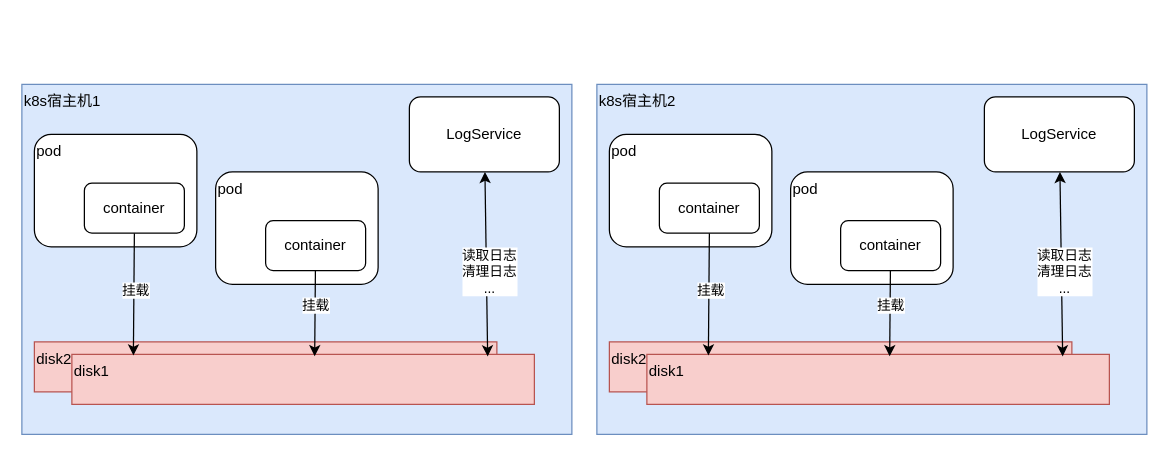
Before: k8s.drawio in blackberrier/drawiorepo, a draw.io diagram. Source tidied: cells renumbered, new cells numbered last; positions are measured from the earlier drawing's top-left corner, leaving out a move shared by most shapes. Both pictures are drawn from the tidied source at 125%, with x=0, y=0 at pixel (21, 84).
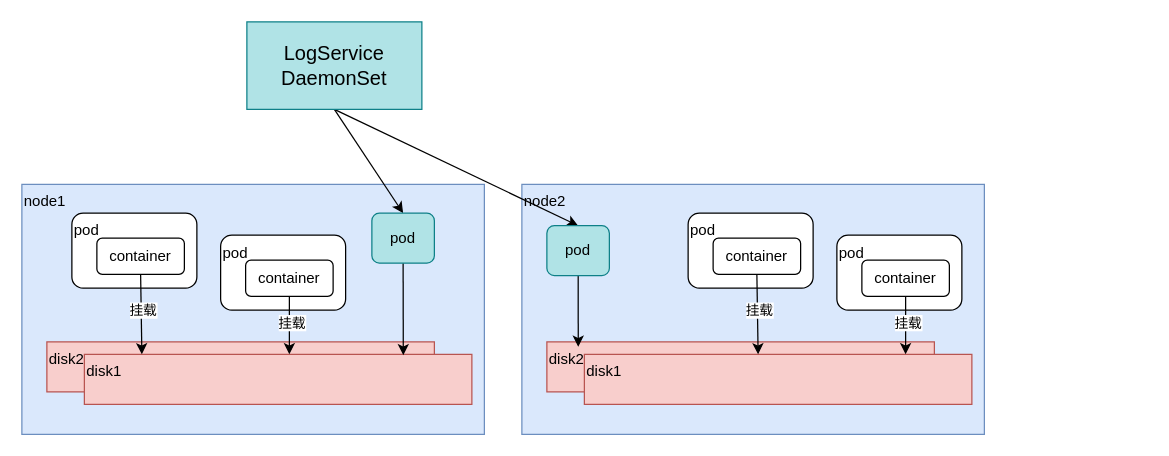
The same diagram, later.

What changed in the source:
```diff
@@
-    <mxCell id="2" value="k8s宿主机1" style="whiteSpace=wrap;html=1;align=left;verticalAlign=top;fillColor=#dae8fc;strokeColor=#6c8ebf;" parent="1" vertex="1">
-      <mxGeometry width="440" height="280" as="geometry" />
+    <mxCell id="2" value="node1" style="whiteSpace=wrap;html=1;align=left;verticalAlign=top;fillColor=#dae8fc;strokeColor=#6c8ebf;" parent="1" vertex="1">
+      <mxGeometry y="80" width="370" height="200" as="geometry" />
     </mxCell>
     <mxCell id="3" value="disk2" style="rounded=0;whiteSpace=wrap;html=1;verticalAlign=top;align=left;fillColor=#f8cecc;strokeColor=#b85450;" parent="1" vertex="1">
-      <mxGeometry x="10" y="206" width="370" height="40" as="geometry" />
+      <mxGeometry x="20" y="206" width="310" height="40" as="geometry" />
     </mxCell>
     <mxCell id="4" value="disk1" style="rounded=0;whiteSpace=wrap;html=1;verticalAlign=top;align=left;fillColor=#f8cecc;strokeColor=#b85450;" parent="1" vertex="1">
-      <mxGeometry x="40" y="216" width="370" height="40" as="geometry" />
+      <mxGeometry x="50" y="216" width="310" height="40" as="geometry" />
     </mxCell>
     <mxCell id="5" value="pod" style="rounded=1;whiteSpace=wrap;html=1;align=left;verticalAlign=top;" parent="1" vertex="1">
-      <mxGeometry x="10" y="40" width="130" height="90" as="geometry" />
+      <mxGeometry x="40" y="103" width="100" height="60" as="geometry" />
     </mxCell>
-    <mxCell id="6" style="rounded=0;jettySize=auto;html=1;exitX=0.5;exitY=1;exitDx=0;exitDy=0;entryX=0.133;entryY=0.022;entryDx=0;entryDy=0;entryPerimeter=0;" parent="1" edge="1" source="8" target="4">
-      <mxGeometry relative="1" as="geometry" />
+    <mxCell id="6" style="rounded=0;jettySize=auto;html=1;exitX=0.5;exitY=1;exitDx=0;exitDy=0;" parent="1" edge="1" source="8">
+      <mxGeometry relative="1" as="geometry">
+        <mxPoint x="96" y="216" as="targetPoint" />
+      </mxGeometry>
     </mxCell>
@@
     <mxCell id="8" value="container" style="rounded=1;whiteSpace=wrap;html=1;align=center;verticalAlign=middle;" parent="1" vertex="1">
-      <mxGeometry x="50" y="79" width="80" height="40" as="geometry" />
+      <mxGeometry x="60" y="123" width="70" height="29" as="geometry" />
     </mxCell>
-    <mxCell id="9" value="pod" style="rounded=1;whiteSpace=wrap;html=1;align=left;verticalAlign=top;" parent="1" vertex="1">
-      <mxGeometry x="155" y="70" width="130" height="90" as="geometry" />
-    </mxCell>
-    <mxCell id="10" style="rounded=0;jettySize=auto;html=1;entryX=0.525;entryY=0.039;entryDx=0;entryDy=0;entryPerimeter=0;" parent="1" edge="1" source="12" target="4">
-      <mxGeometry relative="1" as="geometry" />
-    </mxCell>
-    <mxCell id="11" value="挂载" style="edgeLabel;html=1;align=center;verticalAlign=middle;" parent="10" vertex="1">
-      <mxGeometry x="-0.18" relative="1" as="geometry" />
-    </mxCell>
-    <mxCell id="12" value="container" style="rounded=1;whiteSpace=wrap;html=1;align=center;verticalAlign=middle;" parent="1" vertex="1">
-      <mxGeometry x="195" y="109" width="80" height="40" as="geometry" />
-    </mxCell>
-    <mxCell id="13" style="edgeStyle=none;rounded=0;jettySize=auto;html=1;entryX=0.899;entryY=0.042;entryDx=0;entryDy=0;entryPerimeter=0;startArrow=classic;startFill=1;endArrow=classic;endFill=1;" parent="1" edge="1" source="15" target="4">
-      <mxGeometry relative="1" as="geometry" />
-    </mxCell>
-    <mxCell id="14" value="读取日志&lt;br&gt;清理日志&lt;br&gt;..." style="edgeLabel;html=1;align=center;verticalAlign=middle;" parent="13" vertex="1">
-      <mxGeometry x="0.09" y="2" relative="1" as="geometry" />
-    </mxCell>
-    <mxCell id="15" value="LogService" style="rounded=1;whiteSpace=wrap;html=1;align=center;verticalAlign=middle;" parent="1" vertex="1">
-      <mxGeometry x="310" y="10" width="120" height="60" as="geometry" />
-    </mxCell>
-    <mxCell id="16" value="k8s宿主机2" style="whiteSpace=wrap;html=1;align=left;verticalAlign=top;fillColor=#dae8fc;strokeColor=#6c8ebf;" parent="1" vertex="1">
-      <mxGeometry x="460" width="440" height="280" as="geometry" />
-    </mxCell>
+    <mxCell id="30" value="pod" style="rounded=1;whiteSpace=wrap;html=1;align=left;verticalAlign=top;" parent="1" vertex="1">
+      <mxGeometry x="159" y="120.6" width="100" height="60" as="geometry" />
+    </mxCell>
+    <mxCell id="31" style="rounded=0;jettySize=auto;html=1;exitX=0.5;exitY=1;exitDx=0;exitDy=0;entryX=0.5;entryY=0;entryDx=0;entryDy=0;" parent="1" edge="1" source="33">
+      <mxGeometry relative="1" as="geometry">
+        <mxPoint x="214" y="216" as="targetPoint" />
+      </mxGeometry>
+    </mxCell>
+    <mxCell id="32" value="挂载" style="edgeLabel;html=1;align=center;verticalAlign=middle;" parent="31" vertex="1">
+      <mxGeometry x="-0.09" y="1" relative="1" as="geometry" />
+    </mxCell>
+    <mxCell id="33" value="container" style="rounded=1;whiteSpace=wrap;html=1;align=center;verticalAlign=middle;" parent="1" vertex="1">
+      <mxGeometry x="179" y="140.6" width="70" height="29" as="geometry" />
+    </mxCell>
+    <mxCell id="34" value="node2" style="whiteSpace=wrap;html=1;align=left;verticalAlign=top;fillColor=#dae8fc;strokeColor=#6c8ebf;" parent="1" vertex="1">
+      <mxGeometry x="400" y="80" width="370" height="200" as="geometry" />
+    </mxCell>
     <mxCell id="17" value="disk2" style="rounded=0;whiteSpace=wrap;html=1;verticalAlign=top;align=left;fillColor=#f8cecc;strokeColor=#b85450;" parent="1" vertex="1">
-      <mxGeometry x="470" y="206" width="370" height="40" as="geometry" />
+      <mxGeometry x="420" y="206" width="310" height="40" as="geometry" />
     </mxCell>
     <mxCell id="18" value="disk1" style="rounded=0;whiteSpace=wrap;html=1;verticalAlign=top;align=left;fillColor=#f8cecc;strokeColor=#b85450;" parent="1" vertex="1">
-      <mxGeometry x="500" y="216" width="370" height="40" as="geometry" />
+      <mxGeometry x="450" y="216" width="310" height="40" as="geometry" />
     </mxCell>
-    <mxCell id="19" value="pod" style="rounded=1;whiteSpace=wrap;html=1;align=left;verticalAlign=top;" parent="1" vertex="1">
-      <mxGeometry x="470" y="40" width="130" height="90" as="geometry" />
-    </mxCell>
-    <mxCell id="20" style="rounded=0;jettySize=auto;html=1;exitX=0.5;exitY=1;exitDx=0;exitDy=0;entryX=0.133;entryY=0.022;entryDx=0;entryDy=0;entryPerimeter=0;" parent="1" edge="1" source="22" target="18">
-      <mxGeometry relative="1" as="geometry" />
-    </mxCell>
-    <mxCell id="21" value="挂载" style="edgeLabel;html=1;align=center;verticalAlign=middle;" parent="20" vertex="1">
-      <mxGeometry x="-0.09" y="1" relative="1" as="geometry" />
-    </mxCell>
-    <mxCell id="22" value="container" style="rounded=1;whiteSpace=wrap;html=1;align=center;verticalAlign=middle;" parent="1" vertex="1">
-      <mxGeometry x="510" y="79" width="80" height="40" as="geometry" />
-    </mxCell>
-    <mxCell id="23" value="pod" style="rounded=1;whiteSpace=wrap;html=1;align=left;verticalAlign=top;" parent="1" vertex="1">
-      <mxGeometry x="615" y="70" width="130" height="90" as="geometry" />
-    </mxCell>
-    <mxCell id="24" style="rounded=0;jettySize=auto;html=1;entryX=0.525;entryY=0.039;entryDx=0;entryDy=0;entryPerimeter=0;" parent="1" edge="1" source="26" target="18">
-      <mxGeometry relative="1" as="geometry" />
-    </mxCell>
-    <mxCell id="25" value="挂载" style="edgeLabel;html=1;align=center;verticalAlign=middle;" parent="24" vertex="1">
-      <mxGeometry x="-0.18" relative="1" as="geometry" />
-    </mxCell>
-    <mxCell id="26" value="container" style="rounded=1;whiteSpace=wrap;html=1;align=center;verticalAlign=middle;" parent="1" vertex="1">
-      <mxGeometry x="655" y="109" width="80" height="40" as="geometry" />
-    </mxCell>
-    <mxCell id="27" style="edgeStyle=none;rounded=0;jettySize=auto;html=1;entryX=0.899;entryY=0.042;entryDx=0;entryDy=0;entryPerimeter=0;startArrow=classic;startFill=1;endArrow=classic;endFill=1;" parent="1" edge="1" source="29" target="18">
-      <mxGeometry relative="1" as="geometry" />
-    </mxCell>
-    <mxCell id="28" value="读取日志&lt;br&gt;清理日志&lt;br&gt;..." style="edgeLabel;html=1;align=center;verticalAlign=middle;" parent="27" vertex="1">
-      <mxGeometry x="0.09" y="2" relative="1" as="geometry" />
-    </mxCell>
-    <mxCell id="29" value="LogService" style="rounded=1;whiteSpace=wrap;html=1;align=center;verticalAlign=middle;" parent="1" vertex="1">
-      <mxGeometry x="770" y="10" width="120" height="60" as="geometry" />
-    </mxCell>
+    <mxCell id="35" value="pod" style="rounded=1;whiteSpace=wrap;html=1;align=left;verticalAlign=top;" parent="1" vertex="1">
+      <mxGeometry x="533" y="103" width="100" height="60" as="geometry" />
+    </mxCell>
+    <mxCell id="36" style="rounded=0;jettySize=auto;html=1;exitX=0.5;exitY=1;exitDx=0;exitDy=0;" parent="1" edge="1" source="38">
+      <mxGeometry relative="1" as="geometry">
+        <mxPoint x="589" y="216" as="targetPoint" />
+      </mxGeometry>
+    </mxCell>
+    <mxCell id="37" value="挂载" style="edgeLabel;html=1;align=center;verticalAlign=middle;" parent="36" vertex="1">
+      <mxGeometry x="-0.09" y="1" relative="1" as="geometry" />
+    </mxCell>
+    <mxCell id="38" value="container" style="rounded=1;whiteSpace=wrap;html=1;align=center;verticalAlign=middle;" parent="1" vertex="1">
+      <mxGeometry x="553" y="123" width="70" height="29" as="geometry" />
+    </mxCell>
+    <mxCell id="39" value="pod" style="rounded=1;whiteSpace=wrap;html=1;align=left;verticalAlign=top;" parent="1" vertex="1">
+      <mxGeometry x="652" y="120.6" width="100" height="60" as="geometry" />
+    </mxCell>
+    <mxCell id="40" style="rounded=0;jettySize=auto;html=1;exitX=0.5;exitY=1;exitDx=0;exitDy=0;entryX=0.5;entryY=0;entryDx=0;entryDy=0;" parent="1" edge="1" source="42">
+      <mxGeometry relative="1" as="geometry">
+        <mxPoint x="707" y="216" as="targetPoint" />
+      </mxGeometry>
+    </mxCell>
+    <mxCell id="41" value="挂载" style="edgeLabel;html=1;align=center;verticalAlign=middle;" parent="40" vertex="1">
+      <mxGeometry x="-0.09" y="1" relative="1" as="geometry" />
+    </mxCell>
+    <mxCell id="42" value="container" style="rounded=1;whiteSpace=wrap;html=1;align=center;verticalAlign=middle;" parent="1" vertex="1">
+      <mxGeometry x="672" y="140.6" width="70" height="29" as="geometry" />
+    </mxCell>
+    <mxCell id="43" style="edgeStyle=none;rounded=0;jettySize=auto;html=1;exitX=0.5;exitY=1;exitDx=0;exitDy=0;entryX=0.5;entryY=0;entryDx=0;entryDy=0;startArrow=none;startFill=0;endArrow=classic;endFill=1;" parent="1" edge="1" source="45" target="47">
+      <mxGeometry relative="1" as="geometry" />
+    </mxCell>
+    <mxCell id="44" style="edgeStyle=none;rounded=0;jettySize=auto;html=1;entryX=0.5;entryY=0;entryDx=0;entryDy=0;startArrow=none;startFill=0;endArrow=classic;endFill=1;exitX=0.5;exitY=1;exitDx=0;exitDy=0;" parent="1" edge="1" source="45" target="49">
+      <mxGeometry relative="1" as="geometry" />
+    </mxCell>
+    <mxCell id="45" value="LogService DaemonSet" style="rounded=0;whiteSpace=wrap;html=1;align=center;verticalAlign=middle;fillColor=#b0e3e6;strokeColor=#0e8088;fontSize=16;" parent="1" vertex="1">
+      <mxGeometry x="180" y="-50" width="140" height="70" as="geometry" />
+    </mxCell>
+    <mxCell id="46" style="edgeStyle=none;rounded=0;jettySize=auto;html=1;exitX=0.5;exitY=1;exitDx=0;exitDy=0;entryX=0.823;entryY=0.017;entryDx=0;entryDy=0;entryPerimeter=0;fontSize=16;startArrow=none;startFill=0;endArrow=classic;endFill=1;" parent="1" edge="1" source="47" target="4">
+      <mxGeometry relative="1" as="geometry" />
+    </mxCell>
+    <mxCell id="47" value="pod" style="rounded=1;whiteSpace=wrap;html=1;align=center;verticalAlign=middle;fillColor=#b0e3e6;strokeColor=#0e8088;" parent="1" vertex="1">
+      <mxGeometry x="280" y="103" width="50" height="40" as="geometry" />
+    </mxCell>
+    <mxCell id="48" style="edgeStyle=none;rounded=0;jettySize=auto;html=1;entryX=0.081;entryY=0.1;entryDx=0;entryDy=0;entryPerimeter=0;fontSize=16;startArrow=none;startFill=0;endArrow=classic;endFill=1;" parent="1" edge="1" source="49" target="17">
+      <mxGeometry relative="1" as="geometry" />
+    </mxCell>
+    <mxCell id="49" value="pod" style="rounded=1;whiteSpace=wrap;html=1;align=center;verticalAlign=middle;fillColor=#b0e3e6;strokeColor=#0e8088;" parent="1" vertex="1">
+      <mxGeometry x="420" y="113" width="50" height="40" as="geometry" />
+    </mxCell>
```
